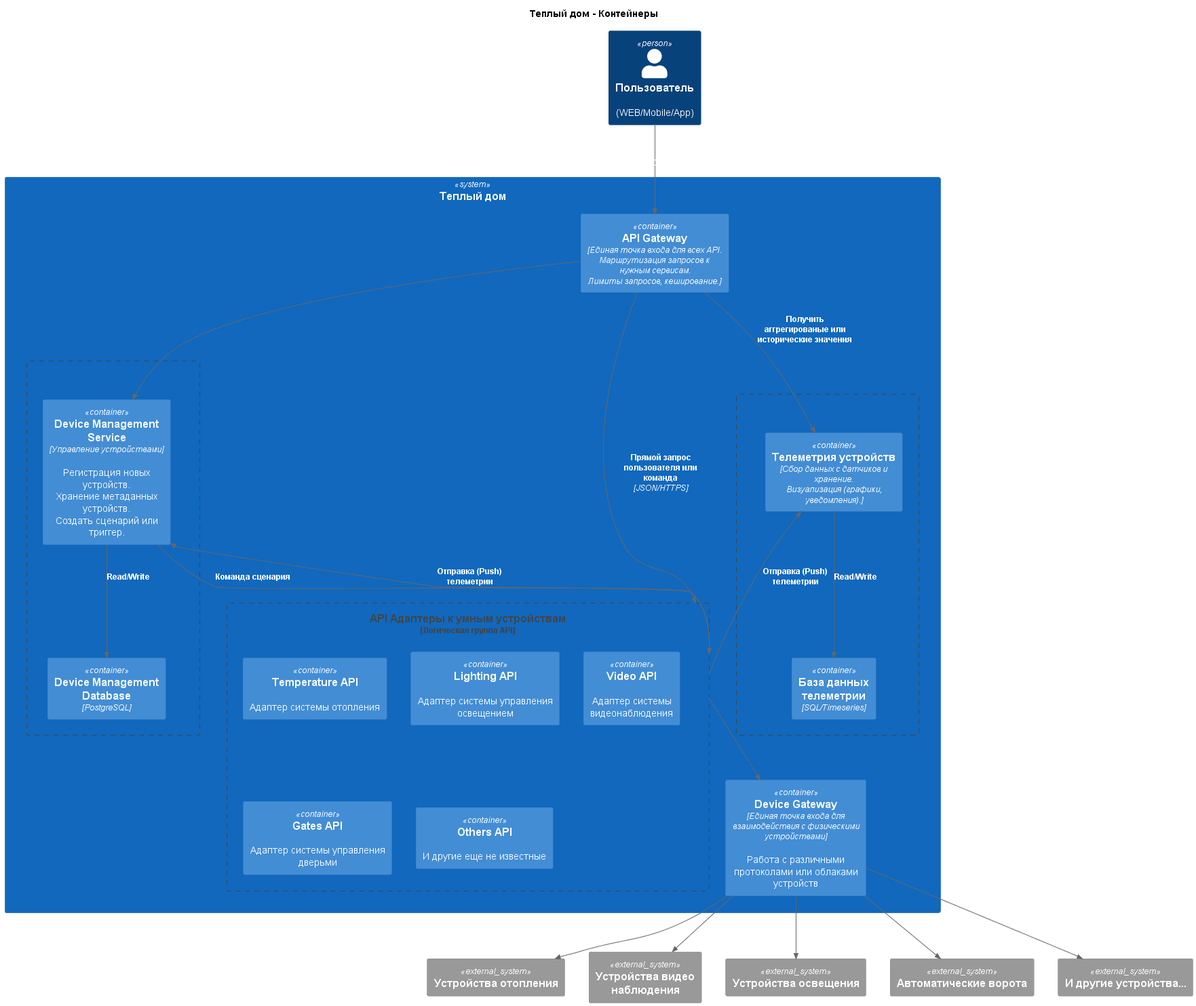
Before: diagrams/containers/TO_BE_containers.png, a diagram exported from PlantUML (bugurshik/warmhouse_practicum).
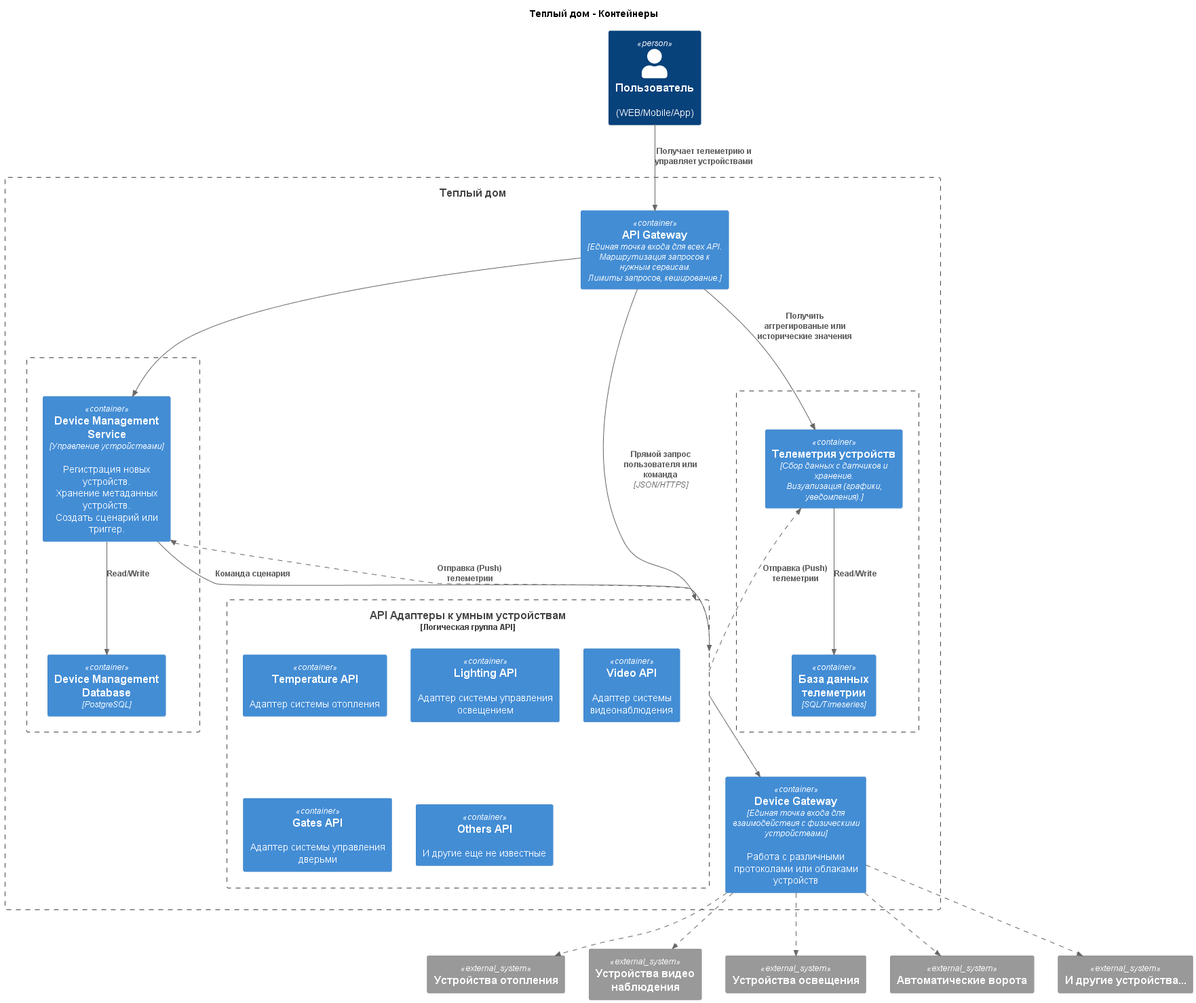
After the commit.

Change to the diagram source:
```diff
@@ -1,13 +1,10 @@
 @startuml Теплый дом - Container
 !include https://raw.githubusercontent.com/plantuml-stdlib/C4-PlantUML/master/C4_Container.puml
+AddRelTag("asyncLine", $lineStyle=DashedLine())
 
 title Теплый дом - Контейнеры
-skinparam Arrow  {
-  FontColor #ffffff
-}
-
 Person(user, "Пользователь", "(WEB/Mobile/App)")
-System(api_system, "Теплый дом") {
+Boundary(api_system, "Теплый дом") {
     Container(gateway, "API Gateway", "Единая точка входа для всех API.\nМаршрутизация запросов к нужным сервисам.\nЛимиты запросов, кеширование.")
 
     Boundary(iot_adapters_group, "API Адаптеры к умным устройствам", "Логическая группа API"){
@@ -49,15 +46,15 @@
 Rel(devises, devises_db, "Read/Write")
 Rel(telemetry, telemetry_db, "Read/Write")
 
-Rel_R(iot_adapters_group, telemetry, "Отправка (Push) телеметрии")
-Rel_L(iot_adapters_group, devises, "Отправка (Push) телеметрии")
+Rel_R(iot_adapters_group, telemetry, "Отправка (Push) телеметрии", $tags="asyncLine")
+Rel_L(iot_adapters_group, devises, "Отправка (Push) телеметрии", $tags="asyncLine")
 Rel_D(iot_adapters_group, devise_gateway, "")
 
-Rel(devise_gateway, temperature_iot, "")
-Rel(devise_gateway, video_iot, "")
-Rel(devise_gateway, lighting_iot, "")
-Rel(devise_gateway, other_iot, "")
-Rel(devise_gateway, automatic_gates_iot, "")
+Rel(devise_gateway, temperature_iot, "", $tags="asyncLine")
+Rel(devise_gateway, video_iot, "", $tags="asyncLine")
+Rel(devise_gateway, lighting_iot, "", $tags="asyncLine")
+Rel(devise_gateway, other_iot, "", $tags="asyncLine")
+Rel(devise_gateway, automatic_gates_iot, "", $tags="asyncLine")
 
 Lay_L(a, b)
 Lay_D(a, iot_adapters_group)
```
